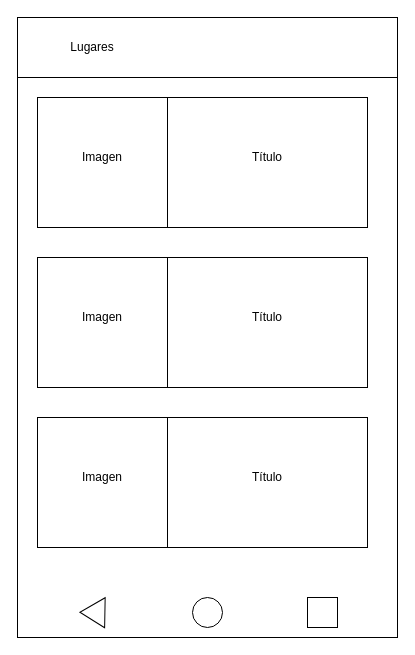
Fer97p/ARGuide keeps this draw.io diagram as Untitled Diagram.drawio. Above is the earlier version. Source tidied: cells renumbered, new cells numbered last; positions are measured from the earlier drawing's top-left corner, leaving out a move shared by most shapes. Both pictures are drawn from the tidied source at 100%, with x=0, y=0 at pixel (17, 17).
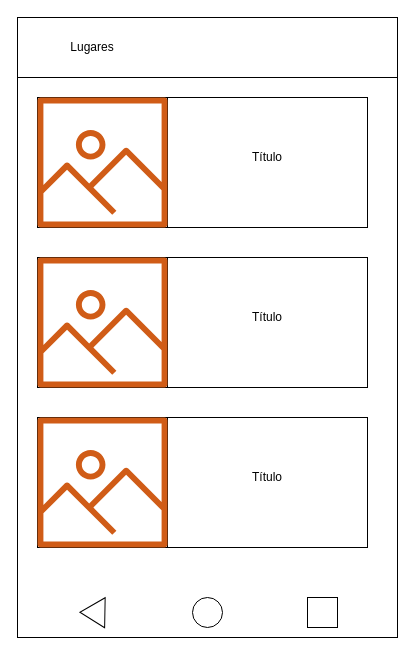
Above is the later version.

Diff of the diagram source:
```diff
@@
 <mxGraphModel>
   <root>
     <mxCell id="0" />
     <mxCell id="1" parent="0" />
     <mxCell id="2" style="rounded=0;whiteSpace=wrap;html=1;" parent="1" vertex="1">
       <mxGeometry width="380" height="620" as="geometry" />
     </mxCell>
     <mxCell id="3" style="rounded=0;whiteSpace=wrap;html=1;" parent="1" vertex="1">
       <mxGeometry width="380" height="60" as="geometry" />
     </mxCell>
     <mxCell id="4" value="Lugares" style="text;html=1;strokeColor=none;fillColor=none;align=center;verticalAlign=middle;whiteSpace=wrap;rounded=0;" parent="1" vertex="1">
       <mxGeometry x="30" y="10" width="90" height="40" as="geometry" />
     </mxCell>
     <mxCell id="5" style="rounded=0;whiteSpace=wrap;html=1;" parent="1" vertex="1">
       <mxGeometry x="20" y="80" width="330" height="130" as="geometry" />
     </mxCell>
     <mxCell id="6" style="whiteSpace=wrap;html=1;" parent="1" vertex="1">
       <mxGeometry x="20" y="80" width="130" height="130" as="geometry" />
     </mxCell>
-    <mxCell id="7" value="Imagen" style="text;html=1;strokeColor=none;fillColor=none;align=center;verticalAlign=middle;whiteSpace=wrap;rounded=0;" parent="1" vertex="1">
-      <mxGeometry x="65" y="130" width="40" height="20" as="geometry" />
-    </mxCell>
     <mxCell id="8" value="Título" style="text;html=1;strokeColor=none;fillColor=none;align=center;verticalAlign=middle;whiteSpace=wrap;rounded=0;" parent="1" vertex="1">
       <mxGeometry x="230" y="130" width="40" height="20" as="geometry" />
     </mxCell>
     <mxCell id="9" style="rounded=0;whiteSpace=wrap;html=1;" parent="1" vertex="1">
       <mxGeometry x="20" y="240" width="330" height="130" as="geometry" />
     </mxCell>
     <mxCell id="10" style="whiteSpace=wrap;html=1;" parent="1" vertex="1">
       <mxGeometry x="20" y="240" width="130" height="130" as="geometry" />
     </mxCell>
-    <mxCell id="11" value="Imagen" style="text;html=1;strokeColor=none;fillColor=none;align=center;verticalAlign=middle;whiteSpace=wrap;rounded=0;" parent="1" vertex="1">
-      <mxGeometry x="65" y="290" width="40" height="20" as="geometry" />
-    </mxCell>
     <mxCell id="12" value="Título" style="text;html=1;strokeColor=none;fillColor=none;align=center;verticalAlign=middle;whiteSpace=wrap;rounded=0;" parent="1" vertex="1">
       <mxGeometry x="230" y="290" width="40" height="20" as="geometry" />
     </mxCell>
     <mxCell id="13" style="rounded=0;whiteSpace=wrap;html=1;" parent="1" vertex="1">
       <mxGeometry x="20" y="400" width="330" height="130" as="geometry" />
     </mxCell>
     <mxCell id="14" style="whiteSpace=wrap;html=1;" parent="1" vertex="1">
       <mxGeometry x="20" y="400" width="130" height="130" as="geometry" />
     </mxCell>
-    <mxCell id="15" value="Imagen" style="text;html=1;strokeColor=none;fillColor=none;align=center;verticalAlign=middle;whiteSpace=wrap;rounded=0;" parent="1" vertex="1">
-      <mxGeometry x="65" y="450" width="40" height="20" as="geometry" />
-    </mxCell>
     <mxCell id="16" value="Título" style="text;html=1;strokeColor=none;fillColor=none;align=center;verticalAlign=middle;whiteSpace=wrap;rounded=0;" parent="1" vertex="1">
       <mxGeometry x="230" y="450" width="40" height="20" as="geometry" />
     </mxCell>
     <mxCell id="17" style="ellipse;whiteSpace=wrap;html=1;" parent="1" vertex="1">
       <mxGeometry x="175" y="580" width="30" height="30" as="geometry" />
     </mxCell>
     <mxCell id="18" style="triangle;whiteSpace=wrap;html=1;rotation=-179;" parent="1" vertex="1">
       <mxGeometry x="62.4" y="580" width="25" height="30" as="geometry" />
     </mxCell>
     <mxCell id="19" style="whiteSpace=wrap;html=1;" parent="1" vertex="1">
       <mxGeometry x="290" y="580" width="30" height="30" as="geometry" />
     </mxCell>
+    <mxCell id="20" style="fontColor=#232F3E;gradientColor=none;fillColor=#D05C17;strokeColor=none;dashed=0;verticalLabelPosition=bottom;verticalAlign=top;align=center;html=1;fontSize=12;fontStyle=0;shape=mxgraph.aws4.container_registry_image;" parent="1" vertex="1">
+      <mxGeometry x="20" y="80" width="130" height="130" as="geometry" />
+    </mxCell>
+    <mxCell id="21" style="fontColor=#232F3E;gradientColor=none;fillColor=#D05C17;strokeColor=none;dashed=0;verticalLabelPosition=bottom;verticalAlign=top;align=center;html=1;fontSize=12;fontStyle=0;shape=mxgraph.aws4.container_registry_image;" parent="1" vertex="1">
+      <mxGeometry x="20" y="240" width="130" height="130" as="geometry" />
+    </mxCell>
+    <mxCell id="22" style="fontColor=#232F3E;gradientColor=none;fillColor=#D05C17;strokeColor=none;dashed=0;verticalLabelPosition=bottom;verticalAlign=top;align=center;html=1;fontSize=12;fontStyle=0;shape=mxgraph.aws4.container_registry_image;" parent="1" vertex="1">
+      <mxGeometry x="20" y="400" width="130" height="130" as="geometry" />
+    </mxCell>
   </root>
 </mxGraphModel>
```
